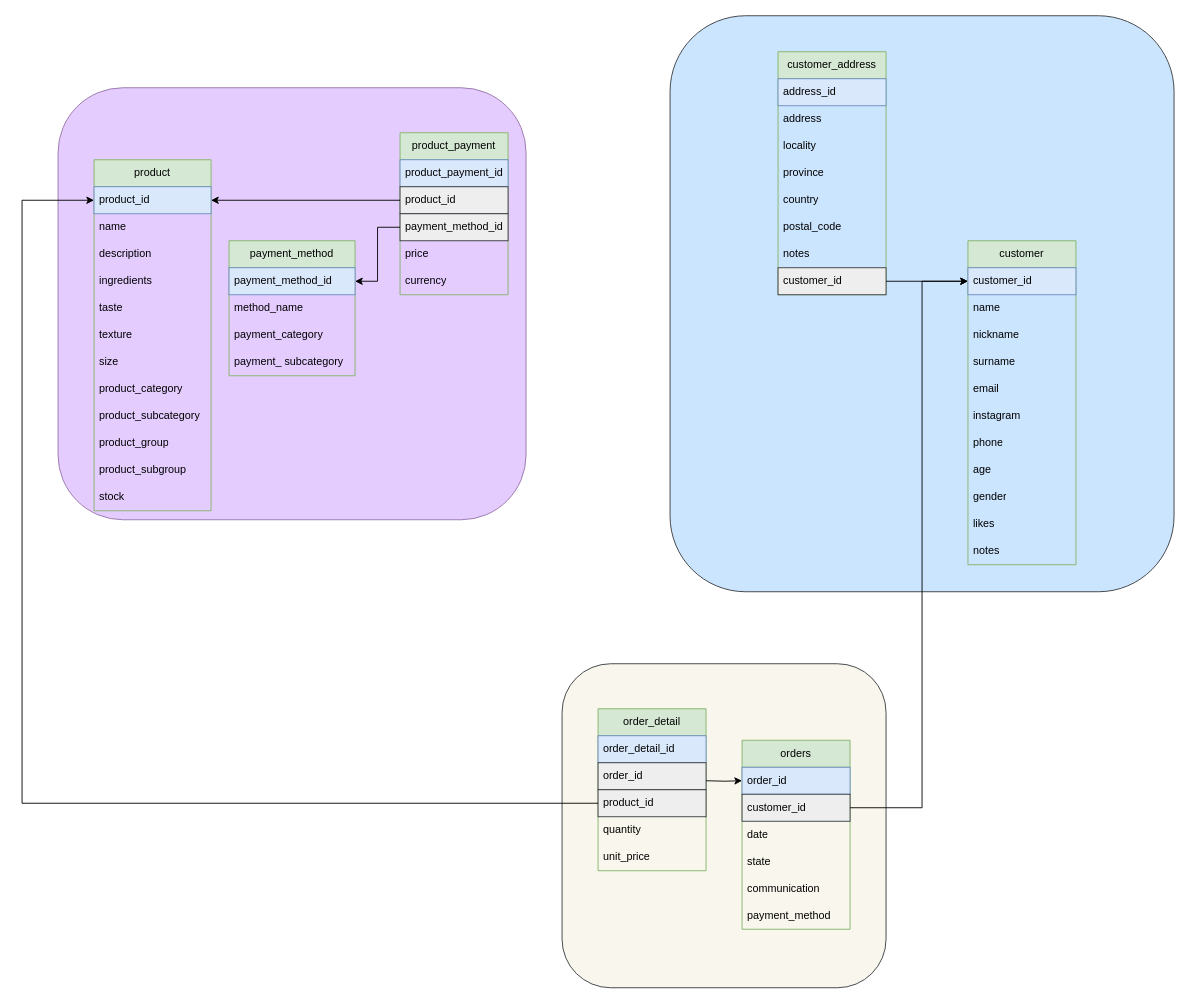
The draw.io diagram pasteleria.drawio in edwcrz/Tecno3fPythonIntermTPFinal, before the edit. Source tidied: cells renumbered, new cells numbered last; positions are measured from the earlier drawing's top-left corner, leaving out a move shared by most shapes. Both pictures are drawn from the tidied source at 90%, with x=0, y=0 at pixel (22, 15).
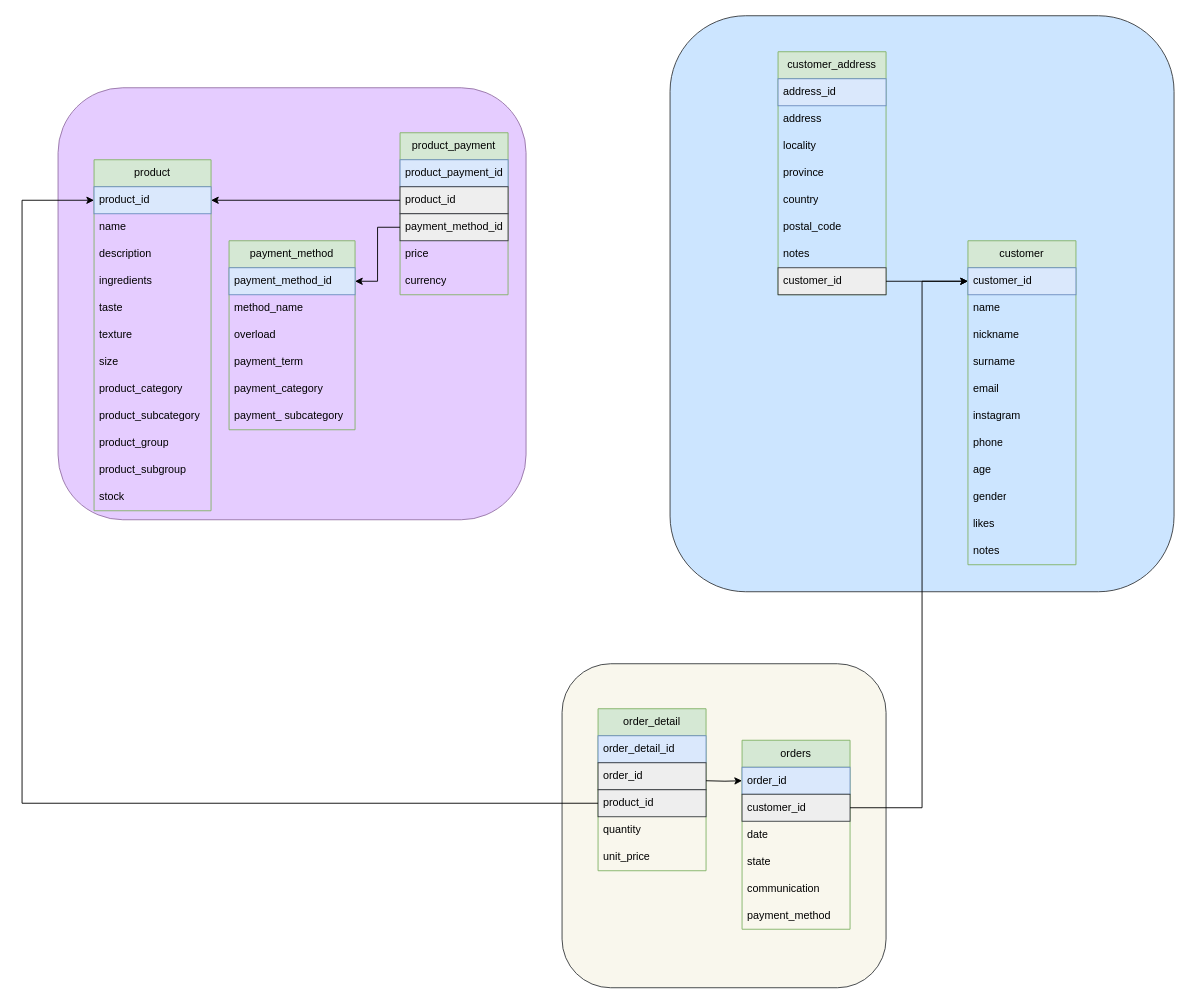
The same diagram, later.

Change to the diagram source:
```diff
@@
     <mxCell id="36" value="payment_method" style="swimlane;fontStyle=0;horizontal=1;startSize=30;whiteSpace=wrap;html=1;fillColor=#d5e8d4;strokeColor=#82b366;" parent="15" vertex="1">
-      <mxGeometry x="230" y="250" width="140" height="150" as="geometry" />
+      <mxGeometry x="230" y="250" width="140" height="210" as="geometry" />
     </mxCell>
@@
+    <mxCell id="72" value="overload" style="text;fillColor=none;align=left;verticalAlign=middle;spacingLeft=4;spacingRight=4;overflow=hidden;whiteSpace=wrap;html=1;" parent="36" vertex="1">
+      <mxGeometry y="90" width="140" height="30" as="geometry" />
+    </mxCell>
+    <mxCell id="73" value="payment_term" style="text;fillColor=none;align=left;verticalAlign=middle;spacingLeft=4;spacingRight=4;overflow=hidden;whiteSpace=wrap;html=1;" parent="36" vertex="1">
+      <mxGeometry y="120" width="140" height="30" as="geometry" />
+    </mxCell>
     <mxCell id="39" value="payment_category" style="text;fillColor=none;align=left;verticalAlign=middle;spacingLeft=4;spacingRight=4;overflow=hidden;whiteSpace=wrap;html=1;" parent="36" vertex="1">
-      <mxGeometry y="90" width="140" height="30" as="geometry" />
+      <mxGeometry y="150" width="140" height="30" as="geometry" />
     </mxCell>
     <mxCell id="40" value="payment_ subcategory" style="text;fillColor=none;align=left;verticalAlign=middle;spacingLeft=4;spacingRight=4;overflow=hidden;whiteSpace=wrap;html=1;" parent="36" vertex="1">
-      <mxGeometry y="120" width="140" height="30" as="geometry" />
+      <mxGeometry y="180" width="140" height="30" as="geometry" />
     </mxCell>
```
